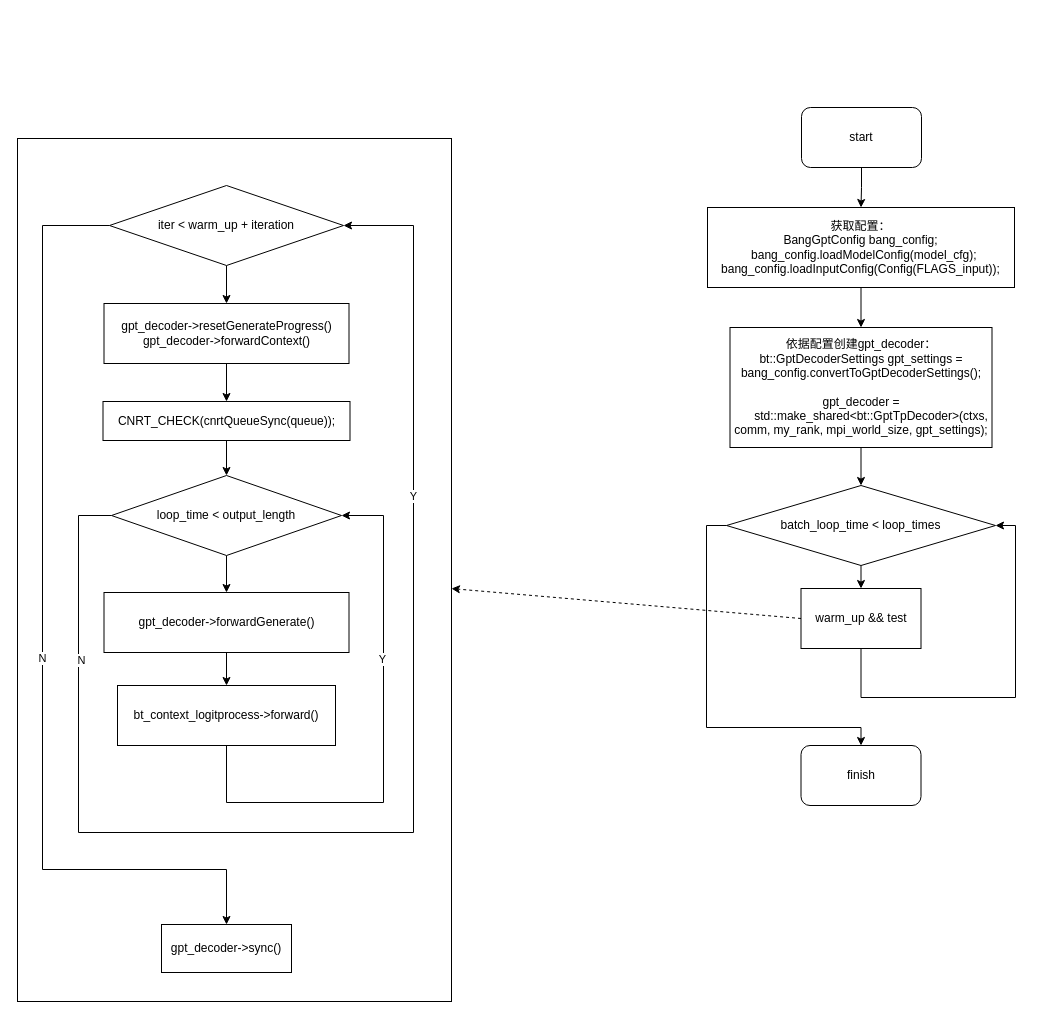
The draw.io diagram bt_optimize.drawio in ZackWan/-, before the edit. Source tidied: cells renumbered, new cells numbered last; positions are measured from the earlier drawing's top-left corner, leaving out a move shared by most shapes. Both pictures are drawn from the tidied source at 100%, with x=0, y=0 at pixel (17, 107).
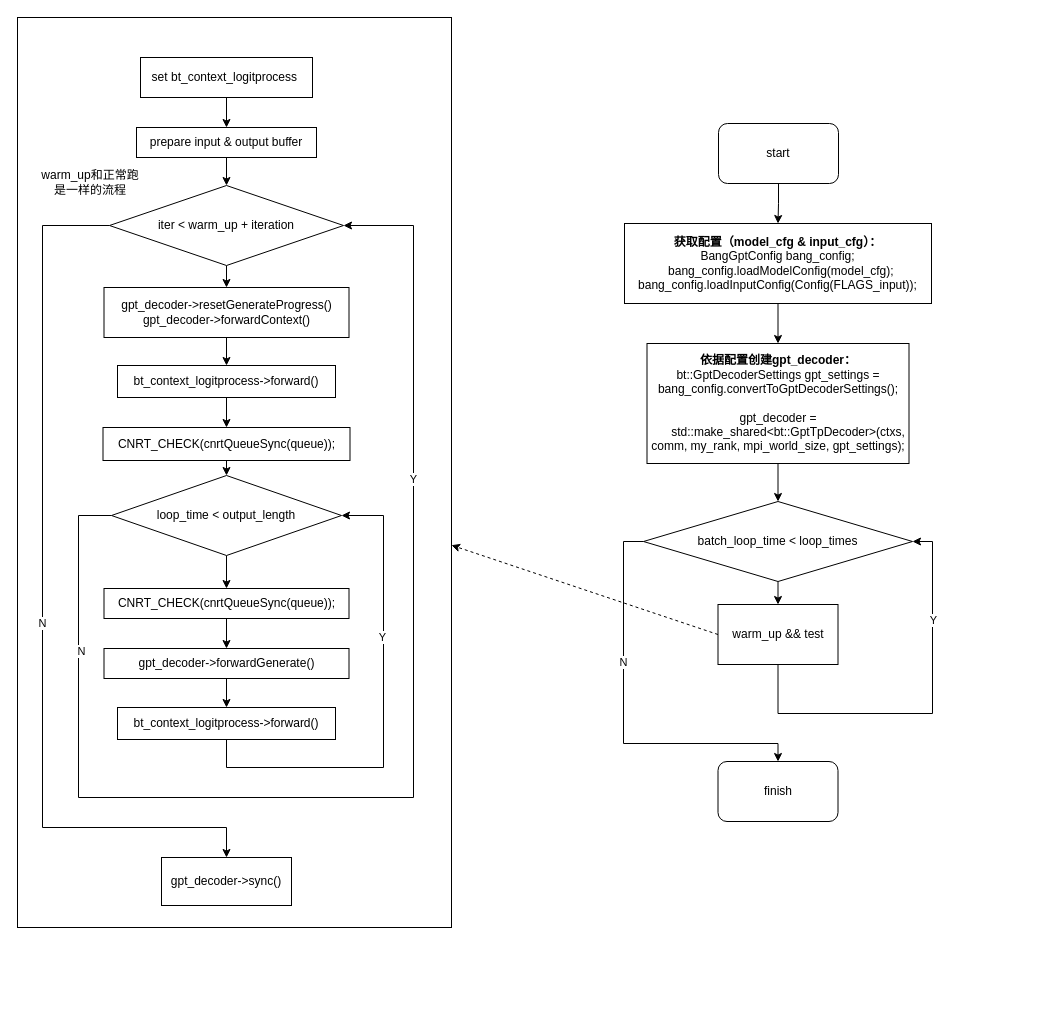
Above is the later version.

Unchanged cells that the change refers to:
```xml
<mxCell id="6" value="iter &amp;lt; warm_up + iteration" style="rhombus;whiteSpace=wrap;html=1;" parent="1" vertex="1">
  <mxGeometry x="92" y="78" width="234" height="80" as="geometry" />
</mxCell>
<mxCell id="19" value="loop_time &amp;lt; output_length" style="rhombus;whiteSpace=wrap;html=1;" parent="1" vertex="1">
  <mxGeometry x="94" y="368" width="230" height="80" as="geometry" />
</mxCell>
```

What changed in the source:
```diff
@@
-    <mxCell id="2" style="rounded=0;whiteSpace=wrap;html=1;" parent="1" vertex="1">
-      <mxGeometry y="31" width="434" height="863" as="geometry" />
-    </mxCell>
+    <mxCell id="35" style="rounded=0;whiteSpace=wrap;html=1;" parent="1" vertex="1">
+      <mxGeometry y="-90" width="434" height="910" as="geometry" />
+    </mxCell>
@@
     <mxCell id="4" style="edgeStyle=orthogonalEdgeStyle;rounded=0;jettySize=auto;html=1;exitX=0;exitY=0.5;exitDx=0;exitDy=0;entryX=0.5;entryY=0;entryDx=0;entryDy=0;" parent="1" edge="1" source="6" target="11">
       <mxGeometry relative="1" as="geometry">
         <Array as="points">
           <mxPoint x="25" y="118" />
-          <mxPoint x="25" y="762" />
-          <mxPoint x="209" y="762" />
+          <mxPoint x="25" y="720" />
+          <mxPoint x="209" y="720" />
         </Array>
       </mxGeometry>
     </mxCell>
-    <mxCell id="5" value="N" style="edgeLabel;html=1;align=center;verticalAlign=middle;" parent="4" vertex="1">
-      <mxGeometry x="0.05" y="-1" relative="1" as="geometry" />
-    </mxCell>
+    <mxCell id="36" value="N" style="edgeLabel;html=1;align=center;verticalAlign=middle;" parent="4" vertex="1">
+      <mxGeometry x="0.05" y="-1" relative="1" as="geometry" />
+    </mxCell>
@@
-    <mxCell id="7" style="edgeStyle=orthogonalEdgeStyle;rounded=0;jettySize=auto;html=1;exitX=0.5;exitY=1;exitDx=0;exitDy=0;entryX=0.5;entryY=0;entryDx=0;entryDy=0;" parent="1" edge="1" source="8" target="10">
-      <mxGeometry relative="1" as="geometry" />
-    </mxCell>
+    <mxCell id="37" style="edgeStyle=orthogonalEdgeStyle;rounded=0;jettySize=auto;html=1;exitX=0.5;exitY=1;exitDx=0;exitDy=0;entryX=0.5;entryY=0;entryDx=0;entryDy=0;" parent="1" edge="1" source="8" target="58">
+      <mxGeometry relative="1" as="geometry" />
+    </mxCell>
     <mxCell id="8" value="gpt_decoder-&amp;gt;resetGenerateProgress()&lt;br&gt;gpt_decoder-&amp;gt;forwardContext()" style="rounded=0;whiteSpace=wrap;html=1;" parent="1" vertex="1">
-      <mxGeometry x="86.5" y="196" width="245" height="60" as="geometry" />
+      <mxGeometry x="86.5" y="180" width="245" height="50" as="geometry" />
     </mxCell>
-    <mxCell id="9" style="edgeStyle=orthogonalEdgeStyle;rounded=0;jettySize=auto;html=1;exitX=0.5;exitY=1;exitDx=0;exitDy=0;entryX=0.5;entryY=0;entryDx=0;entryDy=0;" parent="1" edge="1" source="10" target="19">
-      <mxGeometry relative="1" as="geometry" />
-    </mxCell>
-    <mxCell id="10" value="CNRT_CHECK(cnrtQueueSync(queue));" style="rounded=0;whiteSpace=wrap;html=1;" parent="1" vertex="1">
-      <mxGeometry x="85.5" y="294" width="247" height="39" as="geometry" />
-    </mxCell>
+    <mxCell id="38" style="edgeStyle=orthogonalEdgeStyle;rounded=0;jettySize=auto;html=1;exitX=0.5;exitY=1;exitDx=0;exitDy=0;entryX=0.5;entryY=0;entryDx=0;entryDy=0;" parent="1" edge="1" source="39" target="19">
+      <mxGeometry relative="1" as="geometry" />
+    </mxCell>
+    <mxCell id="39" value="CNRT_CHECK(cnrtQueueSync(queue));" style="rounded=0;whiteSpace=wrap;html=1;" parent="1" vertex="1">
+      <mxGeometry x="85.5" y="320" width="247" height="33" as="geometry" />
+    </mxCell>
     <mxCell id="11" value="gpt_decoder-&amp;gt;sync()" style="rounded=0;whiteSpace=wrap;html=1;" parent="1" vertex="1">
-      <mxGeometry x="144" y="817" width="130" height="48" as="geometry" />
+      <mxGeometry x="144" y="750" width="130" height="48" as="geometry" />
     </mxCell>
-    <mxCell id="12" style="edgeStyle=orthogonalEdgeStyle;rounded=0;jettySize=auto;html=1;exitX=0.5;exitY=1;exitDx=0;exitDy=0;entryX=1;entryY=0.5;entryDx=0;entryDy=0;" parent="1" edge="1" source="14" target="19">
-      <mxGeometry relative="1" as="geometry">
-        <Array as="points">
-          <mxPoint x="209" y="695" />
-          <mxPoint x="366" y="695" />
-          <mxPoint x="366" y="408" />
-        </Array>
-      </mxGeometry>
-    </mxCell>
-    <mxCell id="13" value="Y" style="edgeLabel;html=1;align=center;verticalAlign=middle;" parent="12" vertex="1">
-      <mxGeometry x="0.32" y="2" relative="1" as="geometry" />
-    </mxCell>
-    <mxCell id="14" value="bt_context_logitprocess-&amp;gt;forward()" style="rounded=0;whiteSpace=wrap;html=1;" parent="1" vertex="1">
-      <mxGeometry x="100" y="578" width="218" height="60" as="geometry" />
-    </mxCell>
-    <mxCell id="15" style="edgeStyle=orthogonalEdgeStyle;rounded=0;jettySize=auto;html=1;exitX=0.5;exitY=1;exitDx=0;exitDy=0;entryX=0.5;entryY=0;entryDx=0;entryDy=0;" parent="1" edge="1" source="19" target="21">
-      <mxGeometry relative="1" as="geometry" />
-    </mxCell>
+    <mxCell id="40" style="edgeStyle=orthogonalEdgeStyle;rounded=0;jettySize=auto;html=1;exitX=0.5;exitY=1;exitDx=0;exitDy=0;entryX=1;entryY=0.5;entryDx=0;entryDy=0;" parent="1" edge="1" source="42" target="19">
+      <mxGeometry relative="1" as="geometry">
+        <Array as="points">
+          <mxPoint x="209" y="660" />
+          <mxPoint x="366" y="660" />
+          <mxPoint x="366" y="408" />
+        </Array>
+      </mxGeometry>
+    </mxCell>
+    <mxCell id="41" value="Y" style="edgeLabel;html=1;align=center;verticalAlign=middle;" parent="40" vertex="1">
+      <mxGeometry x="0.32" y="2" relative="1" as="geometry" />
+    </mxCell>
+    <mxCell id="42" value="bt_context_logitprocess-&amp;gt;forward()" style="rounded=0;whiteSpace=wrap;html=1;" parent="1" vertex="1">
+      <mxGeometry x="100" y="600" width="218" height="32" as="geometry" />
+    </mxCell>
+    <mxCell id="43" style="edgeStyle=orthogonalEdgeStyle;rounded=0;jettySize=auto;html=1;exitX=0.5;exitY=1;exitDx=0;exitDy=0;entryX=0.5;entryY=0;entryDx=0;entryDy=0;" parent="1" edge="1" source="19" target="56">
+      <mxGeometry relative="1" as="geometry" />
+    </mxCell>
     <mxCell id="16" style="edgeStyle=orthogonalEdgeStyle;rounded=0;jettySize=auto;html=1;exitX=0;exitY=0.5;exitDx=0;exitDy=0;entryX=1;entryY=0.5;entryDx=0;entryDy=0;" parent="1" edge="1" source="19" target="6">
       <mxGeometry relative="1" as="geometry">
         <Array as="points">
           <mxPoint x="61" y="408" />
-          <mxPoint x="61" y="725" />
-          <mxPoint x="396" y="725" />
+          <mxPoint x="61" y="690" />
+          <mxPoint x="396" y="690" />
           <mxPoint x="396" y="118" />
         </Array>
       </mxGeometry>
     </mxCell>
-    <mxCell id="17" value="Y" style="edgeLabel;html=1;align=center;verticalAlign=middle;" parent="16" vertex="1">
-      <mxGeometry x="0.5" y="1" relative="1" as="geometry" />
-    </mxCell>
-    <mxCell id="18" value="N" style="edgeLabel;html=1;align=center;verticalAlign=middle;" parent="16" vertex="1">
-      <mxGeometry x="-0.74" y="2" relative="1" as="geometry" />
-    </mxCell>
+    <mxCell id="44" value="Y" style="edgeLabel;html=1;align=center;verticalAlign=middle;" parent="16" vertex="1">
+      <mxGeometry x="0.5" y="1" relative="1" as="geometry" />
+    </mxCell>
+    <mxCell id="45" value="N" style="edgeLabel;html=1;align=center;verticalAlign=middle;" parent="16" vertex="1">
+      <mxGeometry x="-0.74" y="2" relative="1" as="geometry" />
+    </mxCell>
@@
-    <mxCell id="20" style="edgeStyle=orthogonalEdgeStyle;rounded=0;jettySize=auto;html=1;exitX=0.5;exitY=1;exitDx=0;exitDy=0;entryX=0.5;entryY=0;entryDx=0;entryDy=0;" parent="1" edge="1" source="21" target="14">
-      <mxGeometry relative="1" as="geometry" />
-    </mxCell>
+    <mxCell id="46" style="edgeStyle=orthogonalEdgeStyle;rounded=0;jettySize=auto;html=1;exitX=0.5;exitY=1;exitDx=0;exitDy=0;entryX=0.5;entryY=0;entryDx=0;entryDy=0;" parent="1" edge="1" source="21" target="42">
+      <mxGeometry relative="1" as="geometry" />
+    </mxCell>
     <mxCell id="21" value="gpt_decoder-&amp;gt;forwardGenerate()" style="rounded=0;whiteSpace=wrap;html=1;" parent="1" vertex="1">
-      <mxGeometry x="86.5" y="485" width="245" height="60" as="geometry" />
+      <mxGeometry x="86.5" y="541" width="245" height="30" as="geometry" />
     </mxCell>
@@
-    <mxCell id="23" value="&lt;div&gt;依据配置创建gpt_decoder：&lt;/div&gt;&lt;div&gt;bt::GptDecoderSettings gpt_settings = bang_config.convertToGptDecoderSettings();&lt;br&gt;&lt;/div&gt;&lt;div&gt;&lt;br&gt;&lt;/div&gt;&lt;div&gt;gpt_decoder =&lt;/div&gt;&lt;div&gt;&amp;nbsp; &amp;nbsp; &amp;nbsp; std::make_shared&amp;lt;bt::GptTpDecoder&amp;gt;(ctxs, comm, my_rank, mpi_world_size, gpt_settings);&lt;/div&gt;" style="rounded=0;whiteSpace=wrap;html=1;" parent="1" vertex="1">
-      <mxGeometry x="712.5" y="220" width="262" height="120" as="geometry" />
+    <mxCell id="23" value="&lt;div&gt;&lt;b&gt;依据配置创建gpt_decoder：&lt;/b&gt;&lt;/div&gt;&lt;div&gt;bt::GptDecoderSettings gpt_settings = bang_config.convertToGptDecoderSettings();&lt;br&gt;&lt;/div&gt;&lt;div&gt;&lt;br&gt;&lt;/div&gt;&lt;div&gt;gpt_decoder =&lt;/div&gt;&lt;div&gt;&amp;nbsp; &amp;nbsp; &amp;nbsp; std::make_shared&amp;lt;bt::GptTpDecoder&amp;gt;(ctxs, comm, my_rank, mpi_world_size, gpt_settings);&lt;/div&gt;" style="rounded=0;whiteSpace=wrap;html=1;" parent="1" vertex="1">
+      <mxGeometry x="629.5" y="236" width="262" height="120" as="geometry" />
     </mxCell>
@@
     <mxCell id="25" style="edgeStyle=orthogonalEdgeStyle;rounded=0;jettySize=auto;html=1;exitX=0;exitY=0.5;exitDx=0;exitDy=0;entryX=0.5;entryY=0;entryDx=0;entryDy=0;" parent="1" edge="1" source="26" target="32">
       <mxGeometry relative="1" as="geometry">
         <Array as="points">
-          <mxPoint x="689" y="418" />
-          <mxPoint x="689" y="620" />
-          <mxPoint x="844" y="620" />
+          <mxPoint x="606" y="434" />
+          <mxPoint x="606" y="636" />
+          <mxPoint x="761" y="636" />
         </Array>
       </mxGeometry>
     </mxCell>
+    <mxCell id="47" value="N" style="edgeLabel;html=1;align=center;verticalAlign=middle;" parent="25" vertex="1">
+      <mxGeometry x="-0.29" y="-1" relative="1" as="geometry" />
+    </mxCell>
     <mxCell id="26" value="batch_loop_time &amp;lt; loop_times" style="rhombus;whiteSpace=wrap;html=1;" parent="1" vertex="1">
-      <mxGeometry x="709" y="378" width="269" height="80" as="geometry" />
+      <mxGeometry x="626" y="394" width="269" height="80" as="geometry" />
     </mxCell>
-    <mxCell id="27" style="rounded=0;jettySize=auto;html=1;exitX=0;exitY=0.5;exitDx=0;exitDy=0;dashed=1;" parent="1" edge="1" source="29" target="2">
-      <mxGeometry relative="1" as="geometry" />
-    </mxCell>
+    <mxCell id="48" style="rounded=0;jettySize=auto;html=1;exitX=0;exitY=0.5;exitDx=0;exitDy=0;dashed=1;" parent="1" edge="1" source="29" target="35">
+      <mxGeometry relative="1" as="geometry" />
+    </mxCell>
     <mxCell id="28" style="edgeStyle=orthogonalEdgeStyle;rounded=0;jettySize=auto;html=1;exitX=0.5;exitY=1;exitDx=0;exitDy=0;entryX=1;entryY=0.5;entryDx=0;entryDy=0;" parent="1" edge="1" source="29" target="26">
       <mxGeometry relative="1" as="geometry">
         <Array as="points">
-          <mxPoint x="844" y="590" />
-          <mxPoint x="998" y="590" />
-          <mxPoint x="998" y="418" />
+          <mxPoint x="761" y="606" />
+          <mxPoint x="915" y="606" />
+          <mxPoint x="915" y="434" />
         </Array>
       </mxGeometry>
     </mxCell>
+    <mxCell id="49" value="Y" style="edgeLabel;html=1;align=center;verticalAlign=middle;" parent="28" vertex="1">
+      <mxGeometry x="0.5" relative="1" as="geometry" />
+    </mxCell>
     <mxCell id="29" value="warm_up &amp;amp;&amp;amp; test" style="rounded=0;whiteSpace=wrap;html=1;" parent="1" vertex="1">
-      <mxGeometry x="783.5" y="481" width="120" height="60" as="geometry" />
+      <mxGeometry x="700.5" y="497" width="120" height="60" as="geometry" />
     </mxCell>
-    <mxCell id="30" style="edgeStyle=orthogonalEdgeStyle;rounded=0;jettySize=auto;html=1;exitX=0.5;exitY=1;exitDx=0;exitDy=0;entryX=0.5;entryY=0;entryDx=0;entryDy=0;" parent="1" edge="1" source="31" target="34">
-      <mxGeometry relative="1" as="geometry" />
-    </mxCell>
+    <mxCell id="50" style="edgeStyle=orthogonalEdgeStyle;rounded=0;jettySize=auto;html=1;exitX=0.5;exitY=1;exitDx=0;exitDy=0;entryX=0.5;entryY=0;entryDx=0;entryDy=0;" parent="1" edge="1" source="31" target="52">
+      <mxGeometry relative="1" as="geometry" />
+    </mxCell>
     <mxCell id="31" value="start" style="rounded=1;whiteSpace=wrap;html=1;" parent="1" vertex="1">
-      <mxGeometry x="784" width="120" height="60" as="geometry" />
+      <mxGeometry x="701" y="16" width="120" height="60" as="geometry" />
     </mxCell>
     <mxCell id="32" value="finish" style="rounded=1;whiteSpace=wrap;html=1;" parent="1" vertex="1">
-      <mxGeometry x="783.5" y="638" width="120" height="60" as="geometry" />
+      <mxGeometry x="700.5" y="654" width="120" height="60" as="geometry" />
     </mxCell>
-    <mxCell id="33" style="edgeStyle=orthogonalEdgeStyle;rounded=0;jettySize=auto;html=1;exitX=0.5;exitY=1;exitDx=0;exitDy=0;entryX=0.5;entryY=0;entryDx=0;entryDy=0;" parent="1" edge="1" source="34" target="23">
-      <mxGeometry relative="1" as="geometry" />
-    </mxCell>
-    <mxCell id="34" value="&lt;div&gt;&amp;nbsp;获取配置：&amp;nbsp;&lt;/div&gt;&lt;div&gt;BangGptConfig bang_config;&lt;/div&gt;&lt;div&gt;&amp;nbsp; bang_config.loadModelConfig(model_cfg);&lt;/div&gt;&lt;div&gt;bang_config.loadInputConfig(Config(FLAGS_input));&lt;br&gt;&lt;/div&gt;" style="rounded=0;whiteSpace=wrap;html=1;" parent="1" vertex="1">
-      <mxGeometry x="690" y="100" width="307" height="80" as="geometry" />
-    </mxCell>
+    <mxCell id="51" style="edgeStyle=orthogonalEdgeStyle;rounded=0;jettySize=auto;html=1;exitX=0.5;exitY=1;exitDx=0;exitDy=0;entryX=0.5;entryY=0;entryDx=0;entryDy=0;" parent="1" edge="1" source="52" target="23">
+      <mxGeometry relative="1" as="geometry" />
+    </mxCell>
+    <mxCell id="52" value="&lt;div&gt;&lt;b&gt;&amp;nbsp;获取配置（model_cfg &amp;amp; input_cfg）：&amp;nbsp;&lt;/b&gt;&lt;/div&gt;&lt;div&gt;BangGptConfig bang_config;&lt;/div&gt;&lt;div&gt;&amp;nbsp; bang_config.loadModelConfig(model_cfg);&lt;/div&gt;&lt;div&gt;bang_config.loadInputConfig(Config(FLAGS_input));&lt;br&gt;&lt;/div&gt;" style="rounded=0;whiteSpace=wrap;html=1;" parent="1" vertex="1">
+      <mxGeometry x="607" y="116" width="307" height="80" as="geometry" />
+    </mxCell>
+    <mxCell id="53" style="edgeStyle=orthogonalEdgeStyle;rounded=0;jettySize=auto;html=1;exitX=0.5;exitY=1;exitDx=0;exitDy=0;entryX=0.5;entryY=0;entryDx=0;entryDy=0;" parent="1" edge="1" source="54" target="6">
+      <mxGeometry relative="1" as="geometry" />
+    </mxCell>
+    <mxCell id="54" value="prepare input &amp;amp; output buffer" style="rounded=0;whiteSpace=wrap;html=1;" parent="1" vertex="1">
+      <mxGeometry x="119" y="20" width="180" height="30" as="geometry" />
+    </mxCell>
+    <mxCell id="55" style="edgeStyle=orthogonalEdgeStyle;rounded=0;jettySize=auto;html=1;exitX=0.5;exitY=1;exitDx=0;exitDy=0;entryX=0.5;entryY=0;entryDx=0;entryDy=0;" parent="1" edge="1" source="56" target="21">
+      <mxGeometry relative="1" as="geometry" />
+    </mxCell>
+    <mxCell id="56" value="CNRT_CHECK(cnrtQueueSync(queue));" style="rounded=0;whiteSpace=wrap;html=1;" parent="1" vertex="1">
+      <mxGeometry x="86.5" y="481" width="245" height="30" as="geometry" />
+    </mxCell>
+    <mxCell id="57" style="edgeStyle=orthogonalEdgeStyle;rounded=0;jettySize=auto;html=1;exitX=0.5;exitY=1;exitDx=0;exitDy=0;entryX=0.5;entryY=0;entryDx=0;entryDy=0;" parent="1" edge="1" source="58" target="39">
+      <mxGeometry relative="1" as="geometry" />
+    </mxCell>
+    <mxCell id="58" value="bt_context_logitprocess-&amp;gt;forward()" style="rounded=0;whiteSpace=wrap;html=1;" parent="1" vertex="1">
+      <mxGeometry x="100" y="258" width="218" height="32" as="geometry" />
+    </mxCell>
+    <mxCell id="59" style="edgeStyle=orthogonalEdgeStyle;rounded=0;jettySize=auto;html=1;exitX=0.5;exitY=1;exitDx=0;exitDy=0;entryX=0.5;entryY=0;entryDx=0;entryDy=0;" parent="1" edge="1" source="60" target="54">
+      <mxGeometry relative="1" as="geometry" />
+    </mxCell>
+    <mxCell id="60" value="set bt_context_logitprocess&amp;nbsp;" style="rounded=0;whiteSpace=wrap;html=1;" parent="1" vertex="1">
+      <mxGeometry x="123" y="-50" width="172" height="40" as="geometry" />
+    </mxCell>
+    <mxCell id="61" value="warm_up和正常跑是一样的流程" style="text;html=1;strokeColor=none;fillColor=none;align=center;verticalAlign=middle;whiteSpace=wrap;rounded=0;" parent="1" vertex="1">
+      <mxGeometry x="23" y="60" width="100" height="30" as="geometry" />
+    </mxCell>
```
